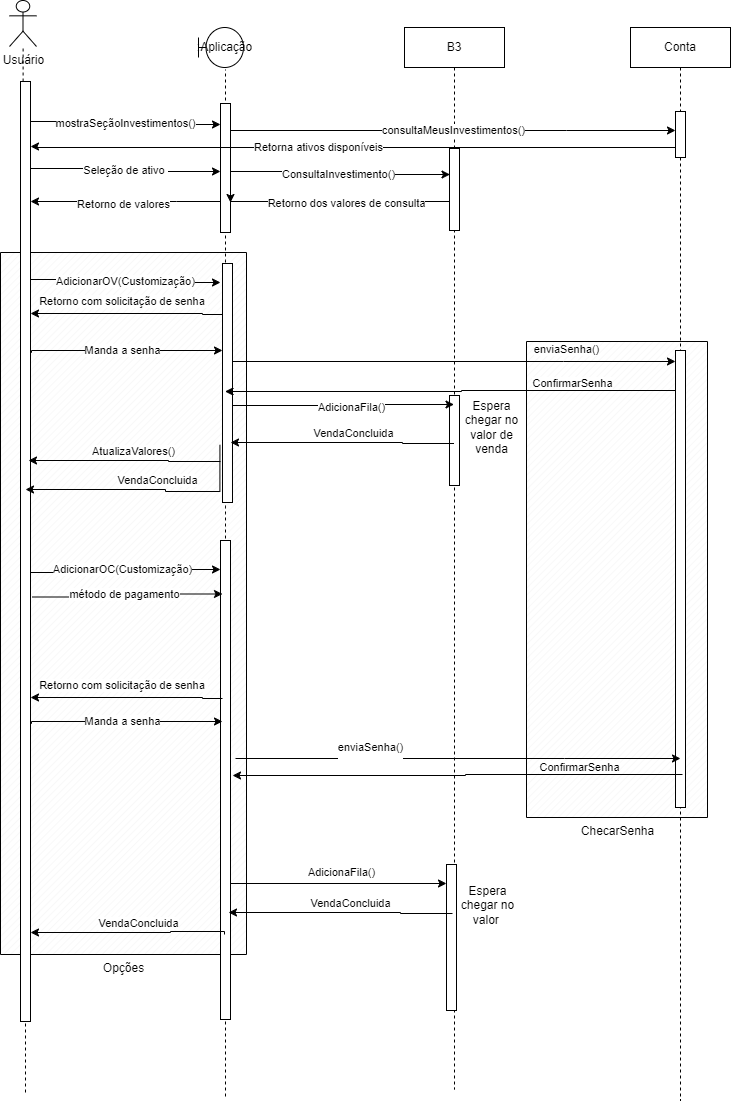
Earlier version of the draw.io export diagrama_sequencia_adicionar.png (ThePlano/Projeto-CC5511---ENGENHARIA-DE-SOFTWARE). Source tidied: cells renumbered, new cells last; positions are measured from the earlier drawing's top-left corner, leaving out a move shared by most shapes.
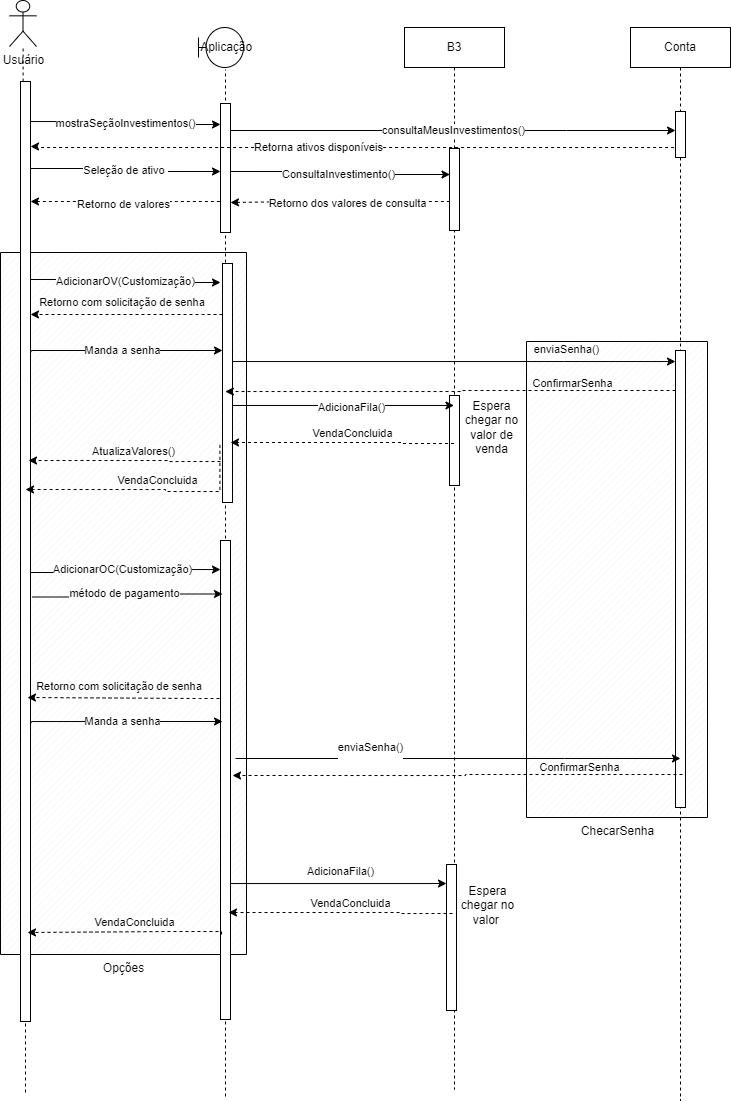
Later version of the same file.

What changed in the source:
```diff
@@ -45,7 +45,7 @@
     <mxCell id="13" style="html=1;points=[[0,0,0,0,5],[0,1,0,0,-5],[1,0,0,0,5],[1,1,0,0,-5]];perimeter=orthogonalPerimeter;outlineConnect=0;targetShapes=umlLifeline;portConstraint=eastwest;newEdgeStyle={&quot;curved&quot;:0,&quot;rounded&quot;:0};" parent="1" vertex="1">
       <mxGeometry x="20" y="81" width="10" height="940" as="geometry" />
     </mxCell>
-    <mxCell id="14" value="Retorna ativos disponíveis" style="edgeStyle=orthogonalEdgeStyle;rounded=0;jettySize=auto;html=1;curved=0;startArrow=classic;startFill=1;endArrow=none;endFill=0;" parent="1" edge="1" target="26">
+    <mxCell id="14" value="Retorna ativos disponíveis" style="edgeStyle=orthogonalEdgeStyle;rounded=0;jettySize=auto;html=1;curved=0;startArrow=classic;startFill=1;endArrow=none;endFill=0;dashed=1;" parent="1" edge="1" target="26">
       <mxGeometry x="-0.11" relative="1" as="geometry">
         <mxPoint x="30" y="146" as="sourcePoint" />
         <Array as="points">
@@ -64,7 +64,7 @@
         </Array>
       </mxGeometry>
     </mxCell>
-    <mxCell id="16" value="Retorno dos valores de consulta" style="edgeStyle=orthogonalEdgeStyle;rounded=0;orthogonalLoop=1;jettySize=auto;html=1;curved=0;startArrow=classic;startFill=1;endArrow=none;endFill=0;" parent="1" edge="1">
+    <mxCell id="16" value="Retorno dos valores de consulta" style="edgeStyle=orthogonalEdgeStyle;rounded=0;orthogonalLoop=1;jettySize=auto;html=1;curved=0;startArrow=classic;startFill=1;endArrow=none;endFill=0;dashed=1;" parent="1" edge="1">
       <mxGeometry x="0.07" y="-2" relative="1" as="geometry">
         <mxPoint x="230" y="202" as="sourcePoint" />
         <mxPoint x="449" y="201" as="targetPoint" />
@@ -74,7 +74,7 @@
         </Array>
       </mxGeometry>
     </mxCell>
-    <mxCell id="17" value="Retorno de valores" style="edgeStyle=orthogonalEdgeStyle;rounded=0;orthogonalLoop=1;jettySize=auto;html=1;curved=0;startArrow=classic;startFill=1;endArrow=none;endFill=0;" parent="1" edge="1">
+    <mxCell id="17" value="Retorno de valores" style="edgeStyle=orthogonalEdgeStyle;rounded=0;orthogonalLoop=1;jettySize=auto;html=1;curved=0;startArrow=classic;startFill=1;endArrow=none;endFill=0;dashed=1;" parent="1" edge="1">
       <mxGeometry x="-0.02" y="-3" relative="1" as="geometry">
         <mxPoint x="30" y="201" as="sourcePoint" />
         <mxPoint x="220" y="201" as="targetPoint" />
@@ -138,7 +138,7 @@
     <mxCell id="27" style="html=1;points=[[0,0,0,0,5],[0,1,0,0,-5],[1,0,0,0,5],[1,1,0,0,-5]];perimeter=orthogonalPerimeter;outlineConnect=0;targetShapes=umlLifeline;portConstraint=eastwest;newEdgeStyle={&quot;curved&quot;:0,&quot;rounded&quot;:0};" parent="25" vertex="1">
       <mxGeometry x="45" y="323" width="10" height="457" as="geometry" />
     </mxCell>
-    <mxCell id="28" value="Retorno com solicitação de senha&amp;nbsp;" style="edgeStyle=orthogonalEdgeStyle;rounded=0;jettySize=auto;html=1;curved=0;" parent="1" edge="1" source="20" target="13">
+    <mxCell id="28" value="Retorno com solicitação de senha&amp;nbsp;" style="edgeStyle=orthogonalEdgeStyle;rounded=0;jettySize=auto;html=1;curved=0;dashed=1;" parent="1" edge="1" source="20" target="13">
       <mxGeometry x="0.03" y="-12" relative="1" as="geometry">
         <Array as="points">
           <mxPoint x="202" y="314" />
@@ -164,7 +164,7 @@
         </Array>
       </mxGeometry>
     </mxCell>
-    <mxCell id="31" value="ConfirmarSenha" style="edgeStyle=orthogonalEdgeStyle;rounded=0;jettySize=auto;html=1;curved=0;" parent="1" edge="1" source="27" target="3">
+    <mxCell id="31" value="ConfirmarSenha" style="edgeStyle=orthogonalEdgeStyle;rounded=0;jettySize=auto;html=1;curved=0;dashed=1;" parent="1" edge="1" source="27" target="3">
       <mxGeometry x="-0.54" y="-7" relative="1" as="geometry">
         <Array as="points">
           <mxPoint x="461" y="390" />
@@ -187,7 +187,7 @@
         <mxPoint x="-18" y="2" as="offset" />
       </mxGeometry>
     </mxCell>
-    <mxCell id="34" value="VendaConcluida" style="edgeStyle=orthogonalEdgeStyle;rounded=0;jettySize=auto;html=1;curved=0;" parent="1" edge="1" source="7">
+    <mxCell id="34" value="VendaConcluida" style="edgeStyle=orthogonalEdgeStyle;rounded=0;jettySize=auto;html=1;curved=0;dashed=1;" parent="1" edge="1" source="7">
       <mxGeometry x="-0.09" y="-9" relative="1" as="geometry">
         <mxPoint x="230" y="442" as="targetPoint" />
         <Array as="points">
@@ -195,7 +195,7 @@
         </Array>
       </mxGeometry>
     </mxCell>
-    <mxCell id="35" value="VendaConcluida" style="edgeStyle=orthogonalEdgeStyle;rounded=0;jettySize=auto;html=1;curved=0;exitX=0.892;exitY=0.274;exitDx=0;exitDy=0;exitPerimeter=0;" parent="1" edge="1" source="6">
+    <mxCell id="35" value="VendaConcluida" style="edgeStyle=orthogonalEdgeStyle;rounded=0;jettySize=auto;html=1;curved=0;exitX=0.892;exitY=0.274;exitDx=0;exitDy=0;exitPerimeter=0;dashed=1;" parent="1" edge="1" source="6">
       <mxGeometry x="-0.09" y="-9" relative="1" as="geometry">
         <mxPoint x="25" y="489" as="targetPoint" />
         <Array as="points">
@@ -204,7 +204,7 @@
         </Array>
       </mxGeometry>
     </mxCell>
-    <mxCell id="36" value="AtualizaValores()" style="edgeStyle=orthogonalEdgeStyle;rounded=0;orthogonalLoop=1;jettySize=auto;html=1;curved=0;" parent="1" edge="1">
+    <mxCell id="36" value="AtualizaValores()" style="edgeStyle=orthogonalEdgeStyle;rounded=0;orthogonalLoop=1;jettySize=auto;html=1;curved=0;dashed=1;" parent="1" edge="1">
       <mxGeometry x="-0.09" y="-9" relative="1" as="geometry">
         <mxPoint x="220" y="461" as="sourcePoint" />
         <mxPoint x="28" y="460" as="targetPoint" />
@@ -224,13 +224,13 @@
     <mxCell id="38" value="Espera chegar no valor de venda" style="text;html=1;align=center;verticalAlign=middle;whiteSpace=wrap;rounded=0;" parent="1" vertex="1">
       <mxGeometry x="457" y="406" width="69" height="42" as="geometry" />
     </mxCell>
-    <mxCell id="39" value="Retorno com solicitação de senha&amp;nbsp;" style="edgeStyle=orthogonalEdgeStyle;rounded=0;orthogonalLoop=1;jettySize=auto;html=1;curved=0;" parent="1" edge="1">
+    <mxCell id="39" value="Retorno com solicitação de senha&amp;nbsp;" style="edgeStyle=orthogonalEdgeStyle;rounded=0;orthogonalLoop=1;jettySize=auto;html=1;curved=0;dashed=1;" parent="1" edge="1">
       <mxGeometry x="0.03" y="-12" relative="1" as="geometry">
-        <mxPoint x="222" y="698" as="sourcePoint" />
-        <mxPoint x="30" y="697" as="targetPoint" />
+        <mxPoint x="219" y="698" as="sourcePoint" />
+        <mxPoint x="27" y="697" as="targetPoint" />
         <Array as="points">
-          <mxPoint x="202" y="698" />
-          <mxPoint x="202" y="697" />
+          <mxPoint x="199" y="698" />
+          <mxPoint x="199" y="697" />
         </Array>
       </mxGeometry>
     </mxCell>
@@ -255,7 +255,7 @@
         <mxPoint y="-1" as="offset" />
       </mxGeometry>
     </mxCell>
-    <mxCell id="42" value="ConfirmarSenha" style="edgeStyle=orthogonalEdgeStyle;rounded=0;orthogonalLoop=1;jettySize=auto;html=1;curved=0;" parent="1" edge="1">
+    <mxCell id="42" value="ConfirmarSenha" style="edgeStyle=orthogonalEdgeStyle;rounded=0;orthogonalLoop=1;jettySize=auto;html=1;curved=0;dashed=1;" parent="1" edge="1">
       <mxGeometry x="-0.54" y="-7" relative="1" as="geometry">
         <mxPoint x="682" y="774" as="sourcePoint" />
         <mxPoint x="232" y="775" as="targetPoint" />
@@ -278,7 +278,7 @@
     <mxCell id="44" value="AdicionaFila()" style="edgeLabel;html=1;align=center;verticalAlign=middle;" parent="1" vertex="1">
       <mxGeometry x="340" y="871" as="geometry" />
     </mxCell>
-    <mxCell id="45" value="VendaConcluida" style="edgeStyle=orthogonalEdgeStyle;rounded=0;orthogonalLoop=1;jettySize=auto;html=1;curved=0;" parent="1" edge="1">
+    <mxCell id="45" value="VendaConcluida" style="edgeStyle=orthogonalEdgeStyle;rounded=0;orthogonalLoop=1;jettySize=auto;html=1;curved=0;dashed=1;" parent="1" edge="1">
       <mxGeometry x="-0.09" y="-9" relative="1" as="geometry">
         <mxPoint x="452" y="913" as="sourcePoint" />
         <mxPoint x="228" y="912" as="targetPoint" />
@@ -290,13 +290,13 @@
     <mxCell id="46" value="Espera chegar no valor&amp;nbsp;" style="text;html=1;align=center;verticalAlign=middle;whiteSpace=wrap;rounded=0;" parent="1" vertex="1">
       <mxGeometry x="453" y="884" width="69" height="42" as="geometry" />
     </mxCell>
-    <mxCell id="47" value="VendaConcluida" style="edgeStyle=orthogonalEdgeStyle;rounded=0;orthogonalLoop=1;jettySize=auto;html=1;curved=0;exitX=0.892;exitY=0.274;exitDx=0;exitDy=0;exitPerimeter=0;" parent="1" edge="1">
+    <mxCell id="47" value="VendaConcluida" style="edgeStyle=orthogonalEdgeStyle;rounded=0;orthogonalLoop=1;jettySize=auto;html=1;curved=0;exitX=0.892;exitY=0.274;exitDx=0;exitDy=0;exitPerimeter=0;dashed=1;" parent="1" edge="1">
       <mxGeometry x="-0.09" y="-9" relative="1" as="geometry">
-        <mxPoint x="224" y="934" as="sourcePoint" />
-        <mxPoint x="30" y="932" as="targetPoint" />
+        <mxPoint x="221" y="934" as="sourcePoint" />
+        <mxPoint x="27" y="932" as="targetPoint" />
         <Array as="points">
-          <mxPoint x="224" y="931" />
-          <mxPoint x="170" y="931" />
+          <mxPoint x="221" y="931" />
+          <mxPoint x="167" y="931" />
         </Array>
       </mxGeometry>
     </mxCell>
```
